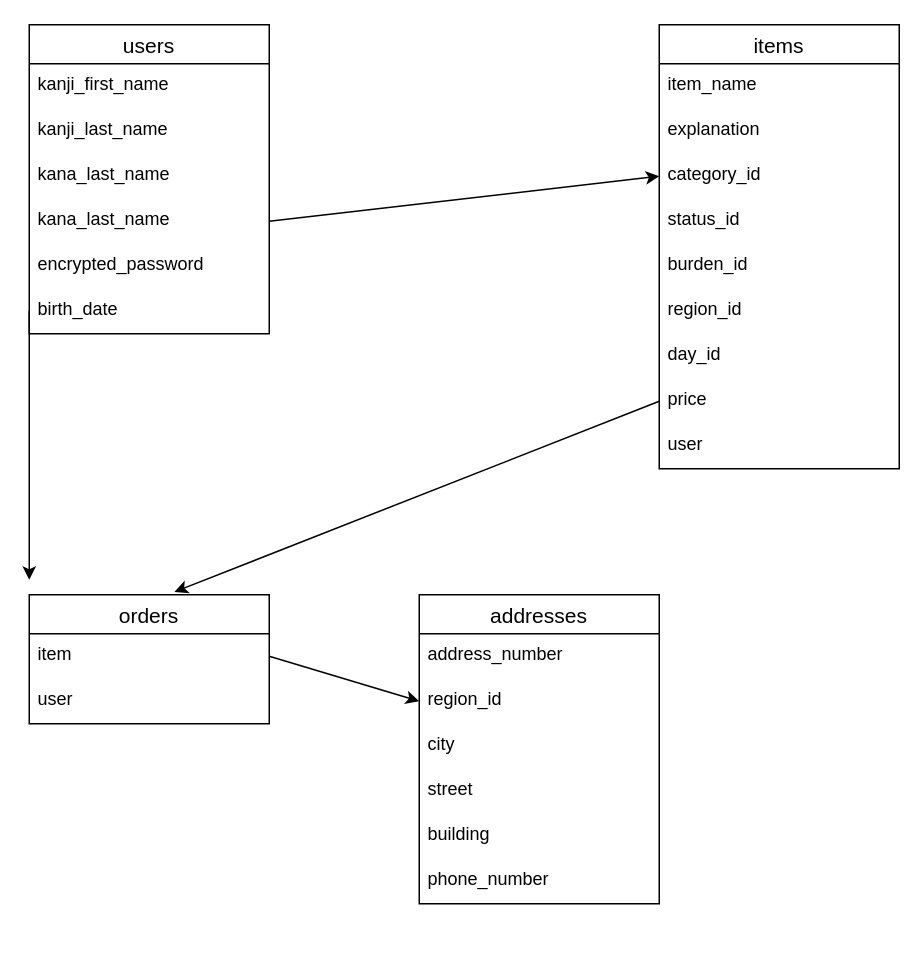
Above: .dio in yosizumi1919/furima-41652 (draw.io), before the change. Source tidied: cells renumbered, new cells numbered last; positions are measured from the earlier drawing's top-left corner, leaving out a move shared by most shapes. Both pictures are drawn from the tidied source at 150%, with x=0, y=0 at pixel (28, 24).
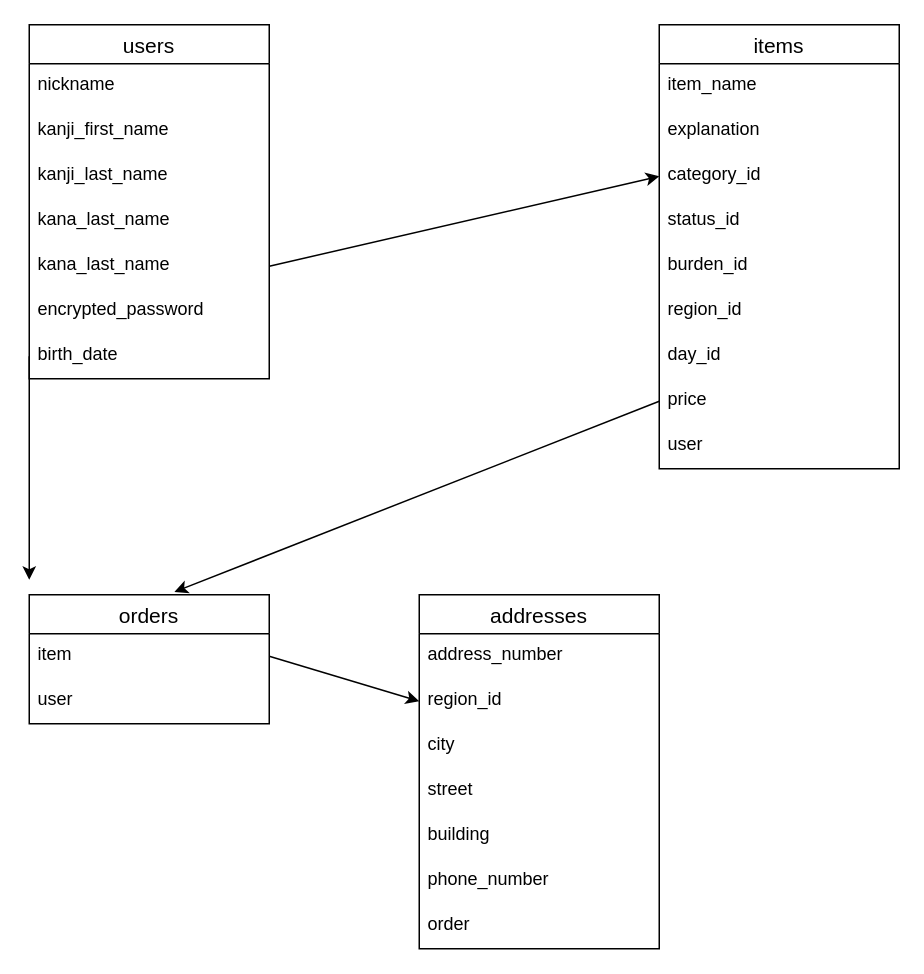
Above is the later version.

What changed in the source:
```diff
@@
     <mxCell id="2" value="users" style="swimlane;fontStyle=0;horizontal=1;startSize=26;align=center;fontSize=14;" parent="1" vertex="1">
-      <mxGeometry width="160" height="206" as="geometry" />
+      <mxGeometry width="160" height="236" as="geometry" />
     </mxCell>
+    <mxCell id="33" value="nickname" style="text;strokeColor=none;fillColor=none;spacingLeft=4;spacingRight=4;overflow=hidden;fontSize=12;" parent="2" vertex="1">
+      <mxGeometry y="26" width="160" height="30" as="geometry" />
+    </mxCell>
     <mxCell id="3" value="kanji_first_name" style="text;strokeColor=none;fillColor=none;spacingLeft=4;spacingRight=4;overflow=hidden;fontSize=12;" parent="2" vertex="1">
-      <mxGeometry y="26" width="160" height="30" as="geometry" />
+      <mxGeometry y="56" width="160" height="30" as="geometry" />
     </mxCell>
     <mxCell id="4" value="kanji_last_name" style="text;strokeColor=none;fillColor=none;spacingLeft=4;spacingRight=4;overflow=hidden;fontSize=12;" parent="2" vertex="1">
-      <mxGeometry y="56" width="160" height="30" as="geometry" />
+      <mxGeometry y="86" width="160" height="30" as="geometry" />
     </mxCell>
     <mxCell id="5" value="kana_last_name" style="text;strokeColor=none;fillColor=none;spacingLeft=4;spacingRight=4;overflow=hidden;fontSize=12;" parent="2" vertex="1">
-      <mxGeometry y="86" width="160" height="30" as="geometry" />
+      <mxGeometry y="116" width="160" height="30" as="geometry" />
     </mxCell>
     <mxCell id="6" value="kana_last_name" style="text;strokeColor=none;fillColor=none;spacingLeft=4;spacingRight=4;overflow=hidden;points=[[0,0.5],[1,0.5]];portConstraint=eastwest;fontSize=12;" parent="2" vertex="1">
-      <mxGeometry y="116" width="160" height="30" as="geometry" />
+      <mxGeometry y="146" width="160" height="30" as="geometry" />
     </mxCell>
     <mxCell id="7" value="encrypted_password" style="text;strokeColor=none;fillColor=none;spacingLeft=4;spacingRight=4;overflow=hidden;fontSize=12;" parent="2" vertex="1">
-      <mxGeometry y="146" width="160" height="30" as="geometry" />
+      <mxGeometry y="176" width="160" height="30" as="geometry" />
     </mxCell>
     <mxCell id="8" value="birth_date" style="text;strokeColor=none;fillColor=none;spacingLeft=4;spacingRight=4;overflow=hidden;points=[[0,0.5],[1,0.5]];portConstraint=eastwest;fontSize=12;" parent="2" vertex="1">
-      <mxGeometry y="176" width="160" height="30" as="geometry" />
+      <mxGeometry y="206" width="160" height="30" as="geometry" />
     </mxCell>
@@
     <mxCell id="19" value="addresses" style="swimlane;fontStyle=0;horizontal=1;startSize=26;align=center;fontSize=14;" parent="1" vertex="1">
-      <mxGeometry x="260" y="380" width="160" height="206" as="geometry" />
+      <mxGeometry x="260" y="380" width="160" height="236" as="geometry" />
     </mxCell>
@@
+    <mxCell id="34" value="order" style="text;strokeColor=none;fillColor=none;spacingLeft=4;spacingRight=4;overflow=hidden;fontSize=12;" parent="19" vertex="1">
+      <mxGeometry y="206" width="160" height="30" as="geometry" />
+    </mxCell>
```
